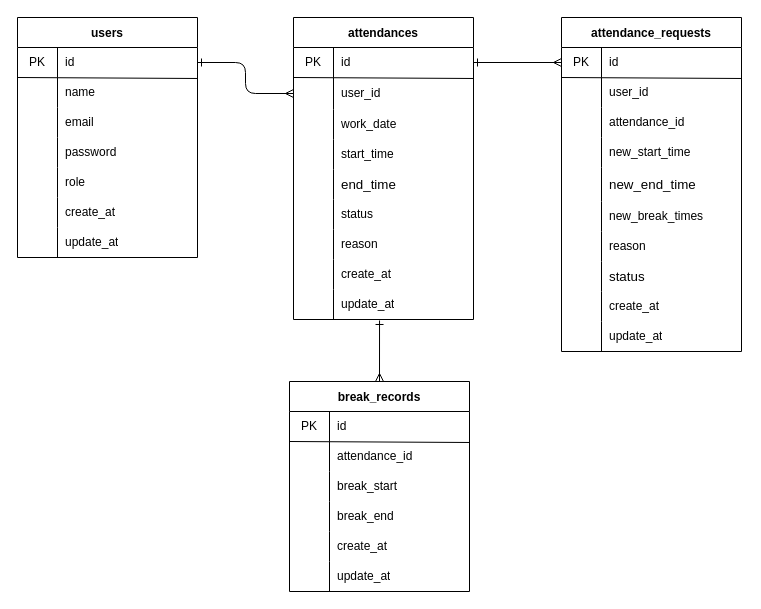
This is erd.dio from shun1019/attendance-management-app, a draw.io file, before an edit. Source tidied: cells renumbered, new cells numbered last; positions are measured from the earlier drawing's top-left corner, leaving out a move shared by most shapes. Both pictures are drawn from the tidied source at 100%, with x=0, y=0 at pixel (17, 17).
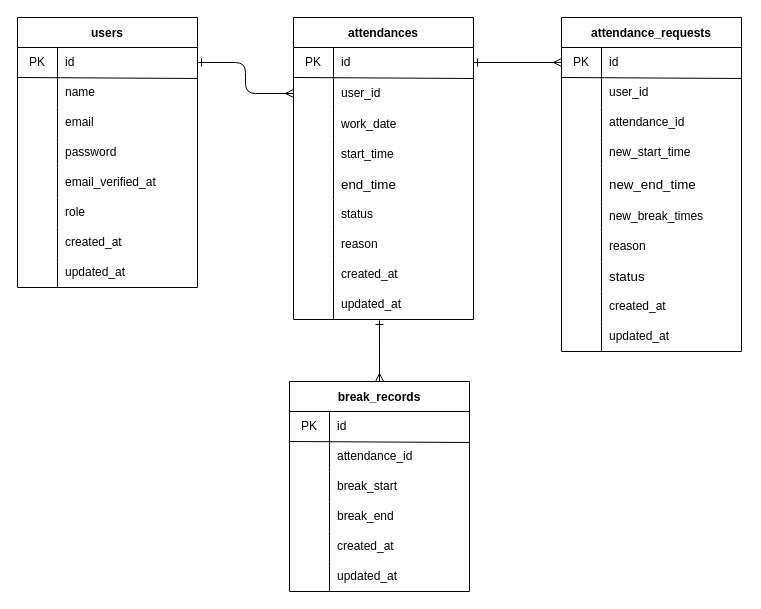
The same diagram, later.

The change refers to these unchanged cells:
```xml
<mxCell id="48" style="shape=tableRow;horizontal=0;startSize=0;swimlaneHead=0;swimlaneBody=0;top=0;left=0;bottom=0;right=0;fillColor=none;fontColor=#000000;" parent="26" vertex="1">
  <mxGeometry y="242" width="180" height="30" as="geometry" />
</mxCell>
<mxCell id="51" style="shape=tableRow;horizontal=0;startSize=0;swimlaneHead=0;swimlaneBody=0;top=0;left=0;bottom=0;right=0;fillColor=none;points=[[0,0.5],[1,0.5]];portConstraint=eastwest;fontColor=#000000;" parent="26" vertex="1">
  <mxGeometry y="272" width="180" height="30" as="geometry" />
</mxCell>
<mxCell id="68" style="shape=tableRow;horizontal=0;startSize=0;swimlaneHead=0;swimlaneBody=0;top=0;left=0;bottom=0;right=0;fillColor=none;fontColor=#000000;" parent="55" vertex="1">
  <mxGeometry y="150" width="180" height="30" as="geometry" />
</mxCell>
<mxCell id="71" style="shape=tableRow;horizontal=0;startSize=0;swimlaneHead=0;swimlaneBody=0;top=0;left=0;bottom=0;right=0;fillColor=none;fontColor=#000000;" parent="55" vertex="1">
  <mxGeometry y="180" width="180" height="30" as="geometry" />
</mxCell>
<mxCell id="101" style="shape=tableRow;horizontal=0;startSize=0;swimlaneHead=0;swimlaneBody=0;top=0;left=0;bottom=0;right=0;fillColor=none;fontColor=#000000;" parent="76" vertex="1">
  <mxGeometry y="274" width="180" height="30" as="geometry" />
</mxCell>
<mxCell id="104" style="shape=tableRow;horizontal=0;startSize=0;swimlaneHead=0;swimlaneBody=0;top=0;left=0;bottom=0;right=0;fillColor=none;fontColor=#000000;" parent="76" vertex="1">
  <mxGeometry y="304" width="180" height="30" as="geometry" />
</mxCell>
```

The edit, as a diff of the source:
```diff
@@
     <mxCell id="3" value="users" style="shape=table;startSize=30;childLayout=tableLayout;rowLines=0;fontStyle=1;fontColor=#000000;labelBackgroundColor=#FFFFFF;fillColor=#fff;strokeColor=#000000;swimlaneFillColor=#FFFFFF;" parent="1" vertex="1">
-      <mxGeometry width="180" height="240" as="geometry" />
+      <mxGeometry width="180" height="270" as="geometry" />
     </mxCell>
@@
+    <mxCell id="109" style="shape=tableRow;horizontal=0;startSize=0;swimlaneHead=0;swimlaneBody=0;top=0;left=0;bottom=0;right=0;fillColor=none;fontColor=#000000;" parent="3" vertex="1">
+      <mxGeometry y="150" width="180" height="30" as="geometry" />
+    </mxCell>
+    <mxCell id="110" style="shape=partialRectangle;html=1;whiteSpace=wrap;fillColor=none;top=0;left=0;bottom=0;right=0;overflow=hidden;fontColor=#000000;" parent="109" vertex="1">
+      <mxGeometry width="40" height="30" as="geometry" />
+    </mxCell>
+    <mxCell id="111" value="email_verified_at" style="shape=partialRectangle;html=1;whiteSpace=wrap;fillColor=none;top=0;left=0;bottom=0;right=0;align=left;spacingLeft=6;overflow=hidden;fontColor=#000000;" parent="109" vertex="1">
+      <mxGeometry x="40" width="140" height="30" as="geometry" />
+    </mxCell>
     <mxCell id="16" style="shape=tableRow;horizontal=0;startSize=0;swimlaneHead=0;swimlaneBody=0;top=0;left=0;bottom=0;right=0;fillColor=none;fontColor=#000000;" parent="3" vertex="1">
-      <mxGeometry y="150" width="180" height="30" as="geometry" />
+      <mxGeometry y="180" width="180" height="30" as="geometry" />
     </mxCell>
@@
     <mxCell id="19" style="shape=tableRow;horizontal=0;startSize=0;swimlaneHead=0;swimlaneBody=0;top=0;left=0;bottom=0;right=0;fillColor=none;fontColor=#000000;" parent="3" vertex="1">
-      <mxGeometry y="180" width="180" height="30" as="geometry" />
+      <mxGeometry y="210" width="180" height="30" as="geometry" />
     </mxCell>
@@
-    <mxCell id="21" value="create_at" style="shape=partialRectangle;html=1;whiteSpace=wrap;fillColor=none;top=0;left=0;bottom=0;right=0;align=left;spacingLeft=6;overflow=hidden;fontColor=#000000;" parent="19" vertex="1">
+    <mxCell id="21" value="created_at" style="shape=partialRectangle;html=1;whiteSpace=wrap;fillColor=none;top=0;left=0;bottom=0;right=0;align=left;spacingLeft=6;overflow=hidden;fontColor=#000000;" parent="19" vertex="1">
       <mxGeometry x="40" width="140" height="30" as="geometry" />
     </mxCell>
     <mxCell id="22" style="shape=tableRow;horizontal=0;startSize=0;swimlaneHead=0;swimlaneBody=0;top=0;left=0;bottom=0;right=0;fillColor=none;fontColor=#000000;" parent="3" vertex="1">
-      <mxGeometry y="210" width="180" height="30" as="geometry" />
+      <mxGeometry y="240" width="180" height="30" as="geometry" />
     </mxCell>
@@
-    <mxCell id="24" value="update_at" style="shape=partialRectangle;html=1;whiteSpace=wrap;fillColor=none;top=0;left=0;bottom=0;right=0;align=left;spacingLeft=6;overflow=hidden;fontColor=#000000;" parent="22" vertex="1">
+    <mxCell id="24" value="updated_at" style="shape=partialRectangle;html=1;whiteSpace=wrap;fillColor=none;top=0;left=0;bottom=0;right=0;align=left;spacingLeft=6;overflow=hidden;fontColor=#000000;" parent="22" vertex="1">
       <mxGeometry x="40" width="140" height="30" as="geometry" />
     </mxCell>
@@
-    <mxCell id="50" value="create_at" style="shape=partialRectangle;html=1;whiteSpace=wrap;fillColor=none;top=0;left=0;bottom=0;right=0;align=left;spacingLeft=6;overflow=hidden;fontColor=#000000;" parent="48" vertex="1">
+    <mxCell id="50" value="&lt;span style=&quot;color: rgb(0, 0, 0);&quot;&gt;created_at&lt;/span&gt;" style="shape=partialRectangle;html=1;whiteSpace=wrap;fillColor=none;top=0;left=0;bottom=0;right=0;align=left;spacingLeft=6;overflow=hidden;fontColor=#000000;" parent="48" vertex="1">
       <mxGeometry x="40" width="140" height="30" as="geometry" />
     </mxCell>
@@
-    <mxCell id="53" value="update_at" style="shape=partialRectangle;html=1;whiteSpace=wrap;fillColor=none;top=0;left=0;bottom=0;right=0;align=left;spacingLeft=6;overflow=hidden;fontColor=#000000;" parent="51" vertex="1">
+    <mxCell id="53" value="updated_at" style="shape=partialRectangle;html=1;whiteSpace=wrap;fillColor=none;top=0;left=0;bottom=0;right=0;align=left;spacingLeft=6;overflow=hidden;fontColor=#000000;" parent="51" vertex="1">
       <mxGeometry x="40" width="140" height="30" as="geometry" />
     </mxCell>
@@
-    <mxCell id="70" value="create_at" style="shape=partialRectangle;html=1;whiteSpace=wrap;fillColor=none;top=0;left=0;bottom=0;right=0;align=left;spacingLeft=6;overflow=hidden;fontColor=#000000;" parent="68" vertex="1">
+    <mxCell id="70" value="&lt;span style=&quot;color: rgb(0, 0, 0);&quot;&gt;created_at&lt;/span&gt;" style="shape=partialRectangle;html=1;whiteSpace=wrap;fillColor=none;top=0;left=0;bottom=0;right=0;align=left;spacingLeft=6;overflow=hidden;fontColor=#000000;" parent="68" vertex="1">
       <mxGeometry x="40" width="140" height="30" as="geometry" />
     </mxCell>
@@
-    <mxCell id="73" value="update_at" style="shape=partialRectangle;html=1;whiteSpace=wrap;fillColor=none;top=0;left=0;bottom=0;right=0;align=left;spacingLeft=6;overflow=hidden;fontColor=#000000;" parent="71" vertex="1">
+    <mxCell id="73" value="updated_at" style="shape=partialRectangle;html=1;whiteSpace=wrap;fillColor=none;top=0;left=0;bottom=0;right=0;align=left;spacingLeft=6;overflow=hidden;fontColor=#000000;" parent="71" vertex="1">
       <mxGeometry x="40" width="140" height="30" as="geometry" />
     </mxCell>
@@
-    <mxCell id="103" value="create_at" style="shape=partialRectangle;html=1;whiteSpace=wrap;fillColor=none;top=0;left=0;bottom=0;right=0;align=left;spacingLeft=6;overflow=hidden;fontColor=#000000;" parent="101" vertex="1">
+    <mxCell id="103" value="&lt;span style=&quot;color: rgb(0, 0, 0);&quot;&gt;created_at&lt;/span&gt;" style="shape=partialRectangle;html=1;whiteSpace=wrap;fillColor=none;top=0;left=0;bottom=0;right=0;align=left;spacingLeft=6;overflow=hidden;fontColor=#000000;" parent="101" vertex="1">
       <mxGeometry x="40" width="140" height="30" as="geometry" />
     </mxCell>
@@
-    <mxCell id="106" value="update_at" style="shape=partialRectangle;html=1;whiteSpace=wrap;fillColor=none;top=0;left=0;bottom=0;right=0;align=left;spacingLeft=6;overflow=hidden;fontColor=#000000;" parent="104" vertex="1">
+    <mxCell id="106" value="updated_at" style="shape=partialRectangle;html=1;whiteSpace=wrap;fillColor=none;top=0;left=0;bottom=0;right=0;align=left;spacingLeft=6;overflow=hidden;fontColor=#000000;" parent="104" vertex="1">
       <mxGeometry x="40" width="140" height="30" as="geometry" />
     </mxCell>
```
